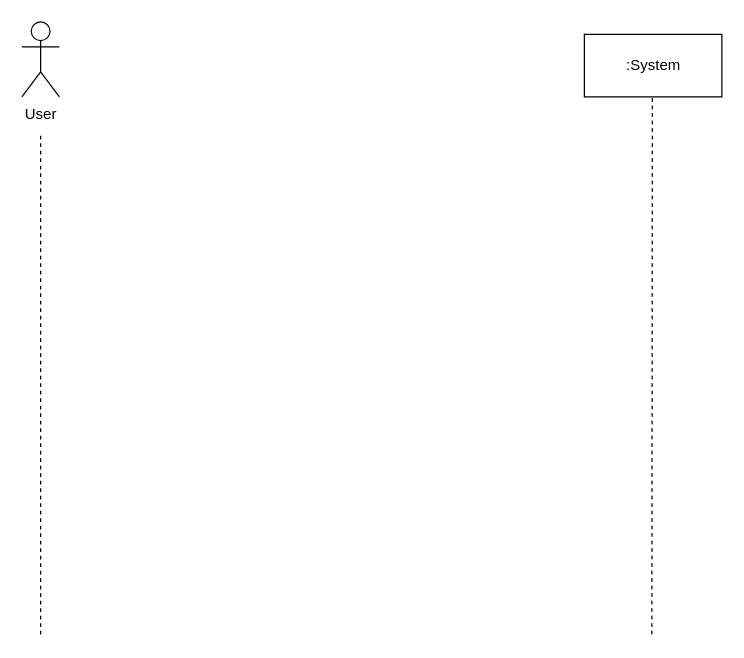
The draw.io diagram SSD - Edit Sleep Goal.drawio in Esaied19/Team-Albatross, before the edit. Source tidied: cells renumbered, new cells numbered last; positions are measured from the earlier drawing's top-left corner, leaving out a move shared by most shapes. Both pictures are drawn from the tidied source at 125%, with x=0, y=0 at pixel (21, 21).
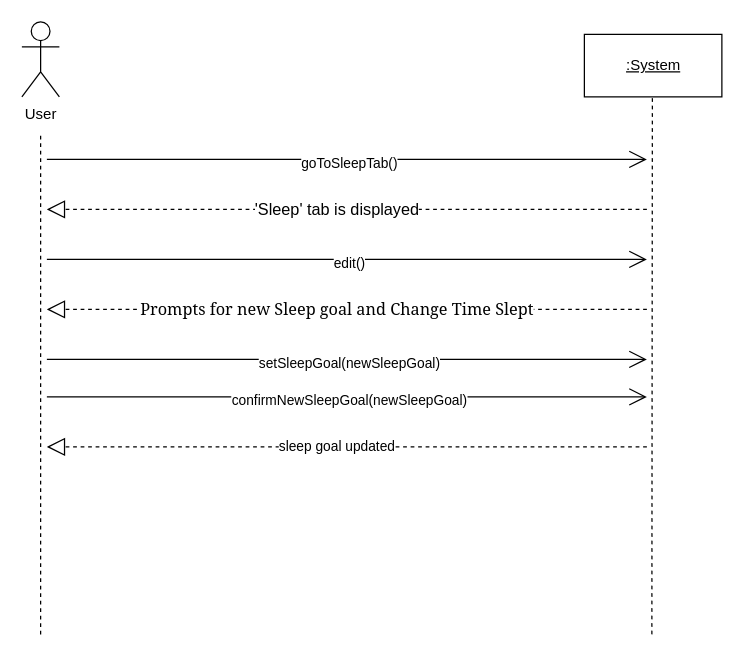
The same page after the edit.

Diff of the diagram source:
```diff
@@
-    <mxCell id="3" value=":System" style="html=1;" parent="1" vertex="1">
+    <mxCell id="3" value="&lt;u&gt;:System&lt;/u&gt;" style="html=1;" parent="1" vertex="1">
       <mxGeometry x="450" y="10" width="110" height="50" as="geometry" />
     </mxCell>
@@
+    <mxCell id="6" style="endArrow=open;endFill=1;endSize=12;html=1;rounded=0;" parent="1" edge="1">
+      <mxGeometry relative="1" as="geometry">
+        <mxPoint x="20" y="110" as="sourcePoint" />
+        <mxPoint x="500" y="110" as="targetPoint" />
+      </mxGeometry>
+    </mxCell>
+    <mxCell id="7" value="goToSleepTab()" style="edgeLabel;html=1;align=center;verticalAlign=middle;" parent="6" vertex="1">
+      <mxGeometry x="-0.11" y="-2" relative="1" as="geometry">
+        <mxPoint x="27" as="offset" />
+      </mxGeometry>
+    </mxCell>
+    <mxCell id="8" style="endArrow=block;dashed=1;endFill=0;endSize=12;html=1;rounded=0;" parent="1" edge="1">
+      <mxGeometry relative="1" as="geometry">
+        <mxPoint x="500" y="150" as="sourcePoint" />
+        <mxPoint x="20" y="150" as="targetPoint" />
+      </mxGeometry>
+    </mxCell>
+    <mxCell id="9" value="&lt;span style=&quot;font-size: 13px ; color: #000000 ; font-weight: normal ; text-decoration: none ; font-family: &amp;#34;arial&amp;#34; ; font-style: normal&quot;&gt; 'Sleep' tab is displayed&lt;/span&gt;" style="edgeLabel;html=1;align=center;verticalAlign=middle;" parent="8" vertex="1">
+      <mxGeometry x="-0.08" y="2" relative="1" as="geometry">
+        <mxPoint x="-28" y="-3" as="offset" />
+      </mxGeometry>
+    </mxCell>
+    <mxCell id="10" style="endArrow=open;endFill=1;endSize=12;html=1;rounded=0;" parent="1" edge="1">
+      <mxGeometry relative="1" as="geometry">
+        <mxPoint x="20" y="190" as="sourcePoint" />
+        <mxPoint x="500" y="190" as="targetPoint" />
+      </mxGeometry>
+    </mxCell>
+    <mxCell id="11" value="edit()" style="edgeLabel;html=1;align=center;verticalAlign=middle;" parent="10" vertex="1">
+      <mxGeometry x="-0.11" y="-2" relative="1" as="geometry">
+        <mxPoint x="27" as="offset" />
+      </mxGeometry>
+    </mxCell>
+    <mxCell id="12" style="endArrow=block;dashed=1;endFill=0;endSize=12;html=1;rounded=0;" parent="1" edge="1">
+      <mxGeometry relative="1" as="geometry">
+        <mxPoint x="500" y="230" as="sourcePoint" />
+        <mxPoint x="20" y="230" as="targetPoint" />
+      </mxGeometry>
+    </mxCell>
+    <mxCell id="13" value="&lt;font face=&quot;Georgia&quot;&gt;&lt;span style=&quot;font-size: 13px ; color: rgb(0 , 0 , 0) ; font-weight: normal ; text-decoration: none ; font-style: normal&quot;&gt;Prompts for new Sleep goal and Change Time Slept&lt;/span&gt;&lt;/font&gt;" style="edgeLabel;html=1;align=center;verticalAlign=middle;" parent="12" vertex="1">
+      <mxGeometry x="-0.08" y="2" relative="1" as="geometry">
+        <mxPoint x="-28" y="-3" as="offset" />
+      </mxGeometry>
+    </mxCell>
+    <mxCell id="14" style="endArrow=open;endFill=1;endSize=12;html=1;rounded=0;" parent="1" edge="1">
+      <mxGeometry relative="1" as="geometry">
+        <mxPoint x="20" y="270" as="sourcePoint" />
+        <mxPoint x="500" y="270" as="targetPoint" />
+      </mxGeometry>
+    </mxCell>
+    <mxCell id="15" value="setSleepGoal(newSleepGoal)" style="edgeLabel;html=1;align=center;verticalAlign=middle;" parent="14" vertex="1">
+      <mxGeometry x="-0.11" y="-2" relative="1" as="geometry">
+        <mxPoint x="27" as="offset" />
+      </mxGeometry>
+    </mxCell>
+    <mxCell id="16" style="endArrow=block;dashed=1;endFill=0;endSize=12;html=1;rounded=0;" parent="1" edge="1">
+      <mxGeometry relative="1" as="geometry">
+        <mxPoint x="500" y="340" as="sourcePoint" />
+        <mxPoint x="20" y="340" as="targetPoint" />
+      </mxGeometry>
+    </mxCell>
+    <mxCell id="17" value="sleep goal updated" style="edgeLabel;html=1;align=center;verticalAlign=middle;" parent="16" vertex="1">
+      <mxGeometry x="-0.08" y="2" relative="1" as="geometry">
+        <mxPoint x="-28" y="-3" as="offset" />
+      </mxGeometry>
+    </mxCell>
+    <mxCell id="18" style="endArrow=open;endFill=1;endSize=12;html=1;rounded=0;" parent="1" edge="1">
+      <mxGeometry relative="1" as="geometry">
+        <mxPoint x="20" y="300" as="sourcePoint" />
+        <mxPoint x="500" y="300" as="targetPoint" />
+      </mxGeometry>
+    </mxCell>
+    <mxCell id="19" value="confirmNewSleepGoal(newSleepGoal)" style="edgeLabel;html=1;align=center;verticalAlign=middle;" parent="18" vertex="1">
+      <mxGeometry x="-0.11" y="-2" relative="1" as="geometry">
+        <mxPoint x="27" as="offset" />
+      </mxGeometry>
+    </mxCell>
```
